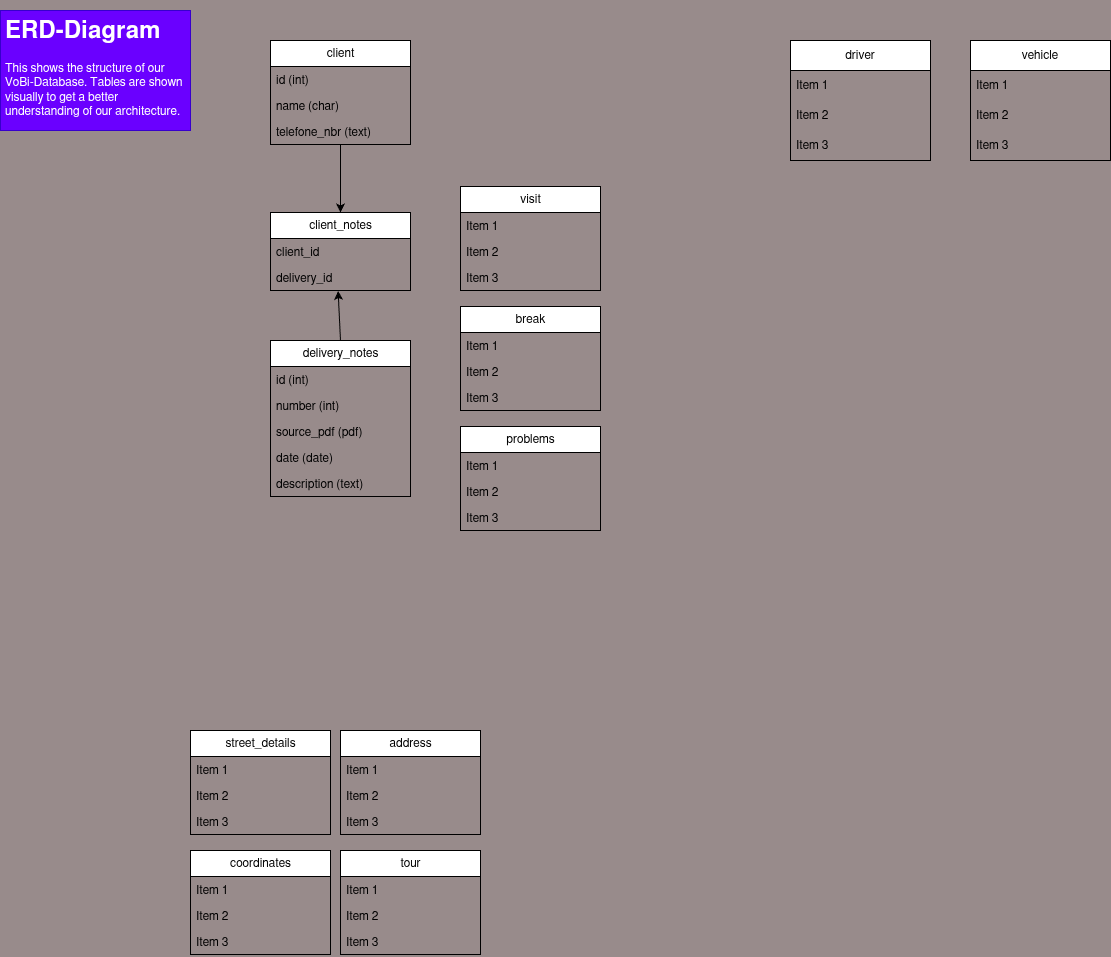
Before: docs/database/database_erd.drawio.png, a diagram exported from draw.io (gabrielbindi/VoBi-Tour). Source tidied: cells renumbered, new cells last; positions are measured from the earlier drawing's top-left corner, leaving out a move shared by most shapes.
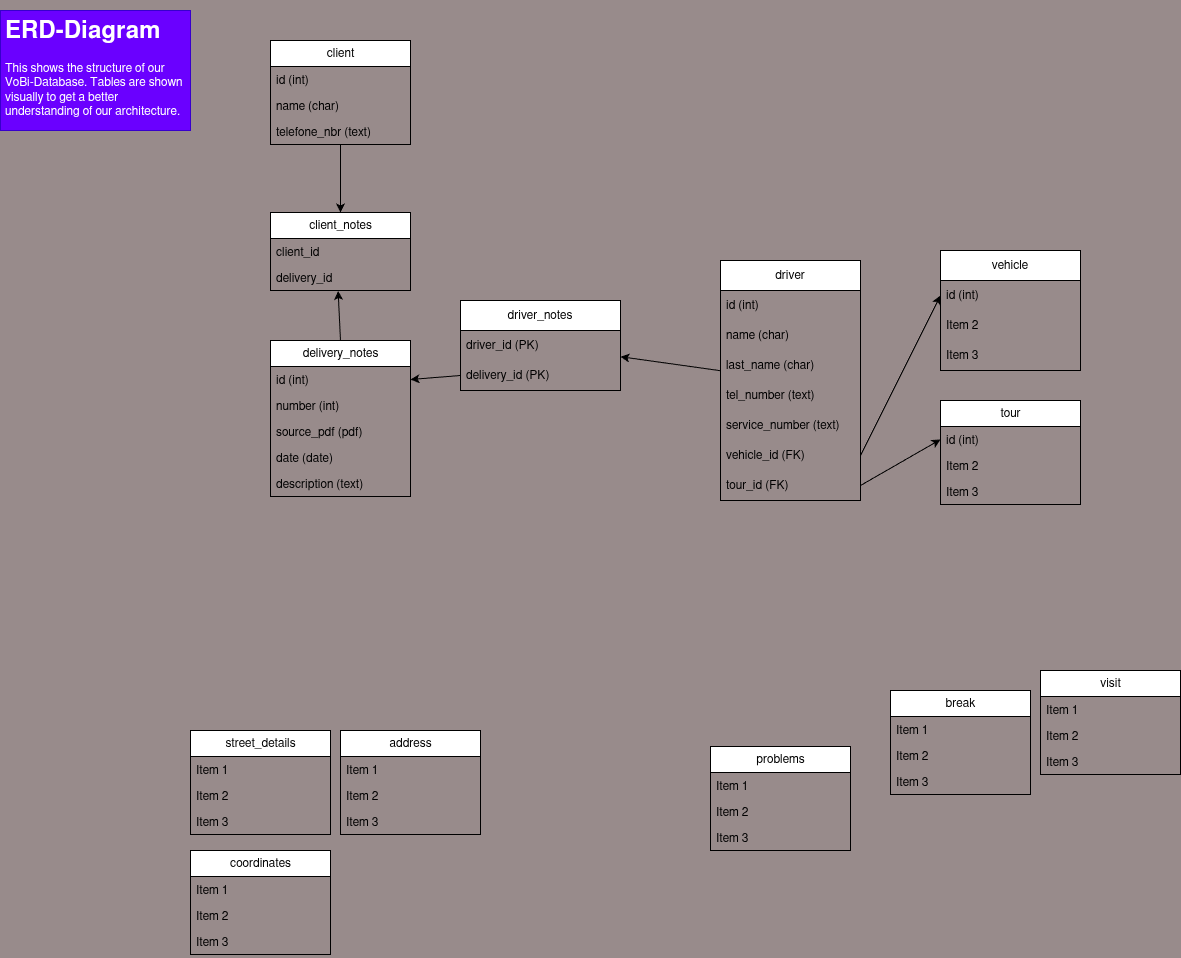
After the change.

Commit message:
#15 driver -> vehicle/tour

Change to the diagram source:
```diff
@@ -6,9 +6,9 @@
       <mxGeometry width="190" height="120" as="geometry" />
     </mxCell>
     <mxCell id="3" value="vehicle" style="swimlane;fontStyle=0;horizontal=1;startSize=30;whiteSpace=wrap;html=1;" parent="1" vertex="1">
-      <mxGeometry x="970" y="30" width="140" height="120" as="geometry" />
+      <mxGeometry x="940" y="240" width="140" height="120" as="geometry" />
     </mxCell>
-    <mxCell id="4" value="Item 1" style="text;strokeColor=none;fillColor=none;align=left;verticalAlign=middle;spacingLeft=4;spacingRight=4;overflow=hidden;points=[[0,0.5],[1,0.5]];portConstraint=eastwest;whiteSpace=wrap;html=1;" parent="3" vertex="1">
+    <mxCell id="4" value="id (int)" style="text;strokeColor=none;fillColor=none;align=left;verticalAlign=middle;spacingLeft=4;spacingRight=4;overflow=hidden;points=[[0,0.5],[1,0.5]];portConstraint=eastwest;whiteSpace=wrap;html=1;" parent="3" vertex="1">
       <mxGeometry y="30" width="140" height="30" as="geometry" />
     </mxCell>
     <mxCell id="5" value="Item 2" style="text;strokeColor=none;fillColor=none;align=left;verticalAlign=middle;spacingLeft=4;spacingRight=4;overflow=hidden;whiteSpace=wrap;html=1;" parent="3" vertex="1">
@@ -17,18 +17,33 @@
     <mxCell id="6" value="Item 3" style="text;strokeColor=none;fillColor=none;align=left;verticalAlign=middle;spacingLeft=4;spacingRight=4;overflow=hidden;whiteSpace=wrap;html=1;" parent="3" vertex="1">
       <mxGeometry y="90" width="140" height="30" as="geometry" />
     </mxCell>
+    <mxCell id="54" style="edgeStyle=none;html=1;" parent="1" edge="1" source="7" target="59">
+      <mxGeometry relative="1" as="geometry" />
+    </mxCell>
     <mxCell id="7" value="driver" style="swimlane;fontStyle=0;horizontal=1;startSize=30;whiteSpace=wrap;html=1;" parent="1" vertex="1">
-      <mxGeometry x="790" y="30" width="140" height="120" as="geometry" />
+      <mxGeometry x="720" y="250" width="140" height="240" as="geometry" />
     </mxCell>
-    <mxCell id="8" value="Item 1" style="text;strokeColor=none;fillColor=none;align=left;verticalAlign=middle;spacingLeft=4;spacingRight=4;overflow=hidden;whiteSpace=wrap;html=1;" parent="7" vertex="1">
+    <mxCell id="8" value="id (int)" style="text;strokeColor=none;fillColor=none;align=left;verticalAlign=middle;spacingLeft=4;spacingRight=4;overflow=hidden;whiteSpace=wrap;html=1;" parent="7" vertex="1">
       <mxGeometry y="30" width="140" height="30" as="geometry" />
     </mxCell>
-    <mxCell id="9" value="Item 2" style="text;strokeColor=none;fillColor=none;align=left;verticalAlign=middle;spacingLeft=4;spacingRight=4;overflow=hidden;whiteSpace=wrap;html=1;" parent="7" vertex="1">
+    <mxCell id="9" value="name (char)" style="text;strokeColor=none;fillColor=none;align=left;verticalAlign=middle;spacingLeft=4;spacingRight=4;overflow=hidden;whiteSpace=wrap;html=1;" parent="7" vertex="1">
       <mxGeometry y="60" width="140" height="30" as="geometry" />
     </mxCell>
-    <mxCell id="10" value="Item 3" style="text;strokeColor=none;fillColor=none;align=left;verticalAlign=middle;spacingLeft=4;spacingRight=4;overflow=hidden;whiteSpace=wrap;html=1;" parent="7" vertex="1">
+    <mxCell id="10" value="last_name (char)" style="text;strokeColor=none;fillColor=none;align=left;verticalAlign=middle;spacingLeft=4;spacingRight=4;overflow=hidden;whiteSpace=wrap;html=1;" parent="7" vertex="1">
       <mxGeometry y="90" width="140" height="30" as="geometry" />
     </mxCell>
+    <mxCell id="55" value="tel_number (text)" style="text;strokeColor=none;fillColor=none;align=left;verticalAlign=middle;spacingLeft=4;spacingRight=4;overflow=hidden;whiteSpace=wrap;html=1;" parent="7" vertex="1">
+      <mxGeometry y="120" width="140" height="30" as="geometry" />
+    </mxCell>
+    <mxCell id="56" value="service_number (text)" style="text;strokeColor=none;fillColor=none;align=left;verticalAlign=middle;spacingLeft=4;spacingRight=4;overflow=hidden;whiteSpace=wrap;html=1;" parent="7" vertex="1">
+      <mxGeometry y="150" width="140" height="30" as="geometry" />
+    </mxCell>
+    <mxCell id="57" value="vehicle_id (FK)" style="text;strokeColor=none;fillColor=none;align=left;verticalAlign=middle;spacingLeft=4;spacingRight=4;overflow=hidden;points=[[0,0.5],[1,0.5]];portConstraint=eastwest;whiteSpace=wrap;html=1;" parent="7" vertex="1">
+      <mxGeometry y="180" width="140" height="30" as="geometry" />
+    </mxCell>
+    <mxCell id="58" value="tour_id (FK)" style="text;strokeColor=none;fillColor=none;align=left;verticalAlign=middle;spacingLeft=4;spacingRight=4;overflow=hidden;points=[[0,0.5],[1,0.5]];portConstraint=eastwest;whiteSpace=wrap;html=1;" parent="7" vertex="1">
+      <mxGeometry y="210" width="140" height="30" as="geometry" />
+    </mxCell>
     <mxCell id="11" style="edgeStyle=none;html=1;entryX=0.5;entryY=0;entryDx=0;entryDy=0;" parent="1" edge="1" source="12" target="40">
       <mxGeometry relative="1" as="geometry" />
     </mxCell>
@@ -69,9 +84,9 @@
       <mxGeometry y="78" width="140" height="26" as="geometry" />
     </mxCell>
     <mxCell id="24" value="tour" style="swimlane;fontStyle=0;horizontal=1;startSize=26;html=1;" parent="1" vertex="1">
-      <mxGeometry x="340" y="840" width="140" height="104" as="geometry" />
+      <mxGeometry x="940" y="390" width="140" height="104" as="geometry" />
     </mxCell>
-    <mxCell id="25" value="Item 1" style="text;strokeColor=none;fillColor=none;align=left;verticalAlign=top;spacingLeft=4;spacingRight=4;overflow=hidden;points=[[0,0.5],[1,0.5]];portConstraint=eastwest;whiteSpace=wrap;html=1;" parent="24" vertex="1">
+    <mxCell id="25" value="id (int)" style="text;strokeColor=none;fillColor=none;align=left;verticalAlign=top;spacingLeft=4;spacingRight=4;overflow=hidden;points=[[0,0.5],[1,0.5]];portConstraint=eastwest;whiteSpace=wrap;html=1;" parent="24" vertex="1">
       <mxGeometry y="26" width="140" height="26" as="geometry" />
     </mxCell>
     <mxCell id="26" value="Item 2" style="text;strokeColor=none;fillColor=none;align=left;verticalAlign=top;spacingLeft=4;spacingRight=4;overflow=hidden;whiteSpace=wrap;html=1;" parent="24" vertex="1">
@@ -81,7 +96,7 @@
       <mxGeometry y="78" width="140" height="26" as="geometry" />
     </mxCell>
     <mxCell id="28" value="visit" style="swimlane;fontStyle=0;horizontal=1;startSize=26;html=1;" parent="1" vertex="1">
-      <mxGeometry x="460" y="176" width="140" height="104" as="geometry" />
+      <mxGeometry x="1040" y="660" width="140" height="104" as="geometry" />
     </mxCell>
     <mxCell id="29" value="Item 1" style="text;strokeColor=none;fillColor=none;align=left;verticalAlign=top;spacingLeft=4;spacingRight=4;overflow=hidden;whiteSpace=wrap;html=1;" parent="28" vertex="1">
       <mxGeometry y="26" width="140" height="26" as="geometry" />
@@ -93,7 +108,7 @@
       <mxGeometry y="78" width="140" height="26" as="geometry" />
     </mxCell>
     <mxCell id="32" value="break" style="swimlane;fontStyle=0;horizontal=1;startSize=26;html=1;" parent="1" vertex="1">
-      <mxGeometry x="460" y="296" width="140" height="104" as="geometry" />
+      <mxGeometry x="890" y="680" width="140" height="104" as="geometry" />
     </mxCell>
     <mxCell id="33" value="Item 1" style="text;strokeColor=none;fillColor=none;align=left;verticalAlign=top;spacingLeft=4;spacingRight=4;overflow=hidden;whiteSpace=wrap;html=1;" parent="32" vertex="1">
       <mxGeometry y="26" width="140" height="26" as="geometry" />
@@ -105,7 +120,7 @@
       <mxGeometry y="78" width="140" height="26" as="geometry" />
     </mxCell>
     <mxCell id="36" value="problems" style="swimlane;fontStyle=0;horizontal=1;startSize=26;html=1;" parent="1" vertex="1">
-      <mxGeometry x="460" y="416" width="140" height="104" as="geometry" />
+      <mxGeometry x="710" y="736" width="140" height="104" as="geometry" />
     </mxCell>
     <mxCell id="37" value="Item 1" style="text;strokeColor=none;fillColor=none;align=left;verticalAlign=top;spacingLeft=4;spacingRight=4;overflow=hidden;whiteSpace=wrap;html=1;" parent="36" vertex="1">
       <mxGeometry y="26" width="140" height="26" as="geometry" />
@@ -158,5 +173,23 @@
     <mxCell id="53" value="description (text)" style="text;strokeColor=none;fillColor=none;align=left;verticalAlign=top;spacingLeft=4;spacingRight=4;overflow=hidden;whiteSpace=wrap;html=1;" parent="48" vertex="1">
       <mxGeometry y="130" width="140" height="26" as="geometry" />
     </mxCell>
+    <mxCell id="59" value="driver_notes" style="swimlane;fontStyle=0;horizontal=1;startSize=30;whiteSpace=wrap;html=1;" parent="1" vertex="1">
+      <mxGeometry x="460" y="290" width="160" height="90" as="geometry" />
+    </mxCell>
+    <mxCell id="60" value="driver_id (PK)" style="text;strokeColor=none;fillColor=none;align=left;verticalAlign=middle;spacingLeft=4;spacingRight=4;overflow=hidden;whiteSpace=wrap;html=1;" parent="59" vertex="1">
+      <mxGeometry y="30" width="160" height="30" as="geometry" />
+    </mxCell>
+    <mxCell id="61" value="delivery_id (PK)" style="text;strokeColor=none;fillColor=none;align=left;verticalAlign=middle;spacingLeft=4;spacingRight=4;overflow=hidden;points=[[0,0.5],[1,0.5]];portConstraint=eastwest;whiteSpace=wrap;html=1;" parent="59" vertex="1">
+      <mxGeometry y="60" width="160" height="30" as="geometry" />
+    </mxCell>
+    <mxCell id="62" style="edgeStyle=none;html=1;exitX=0;exitY=0.5;exitDx=0;exitDy=0;entryX=1;entryY=0.5;entryDx=0;entryDy=0;" parent="1" edge="1" source="61" target="49">
+      <mxGeometry relative="1" as="geometry" />
+    </mxCell>
+    <mxCell id="63" style="edgeStyle=none;html=1;exitX=1;exitY=0.5;exitDx=0;exitDy=0;entryX=0;entryY=0.5;entryDx=0;entryDy=0;" parent="1" edge="1" source="57" target="4">
+      <mxGeometry relative="1" as="geometry" />
+    </mxCell>
+    <mxCell id="64" style="edgeStyle=none;html=1;exitX=1;exitY=0.5;exitDx=0;exitDy=0;entryX=0;entryY=0.5;entryDx=0;entryDy=0;" parent="1" edge="1" source="58" target="25">
+      <mxGeometry relative="1" as="geometry" />
+    </mxCell>
   </root>
 </mxGraphModel>
```
